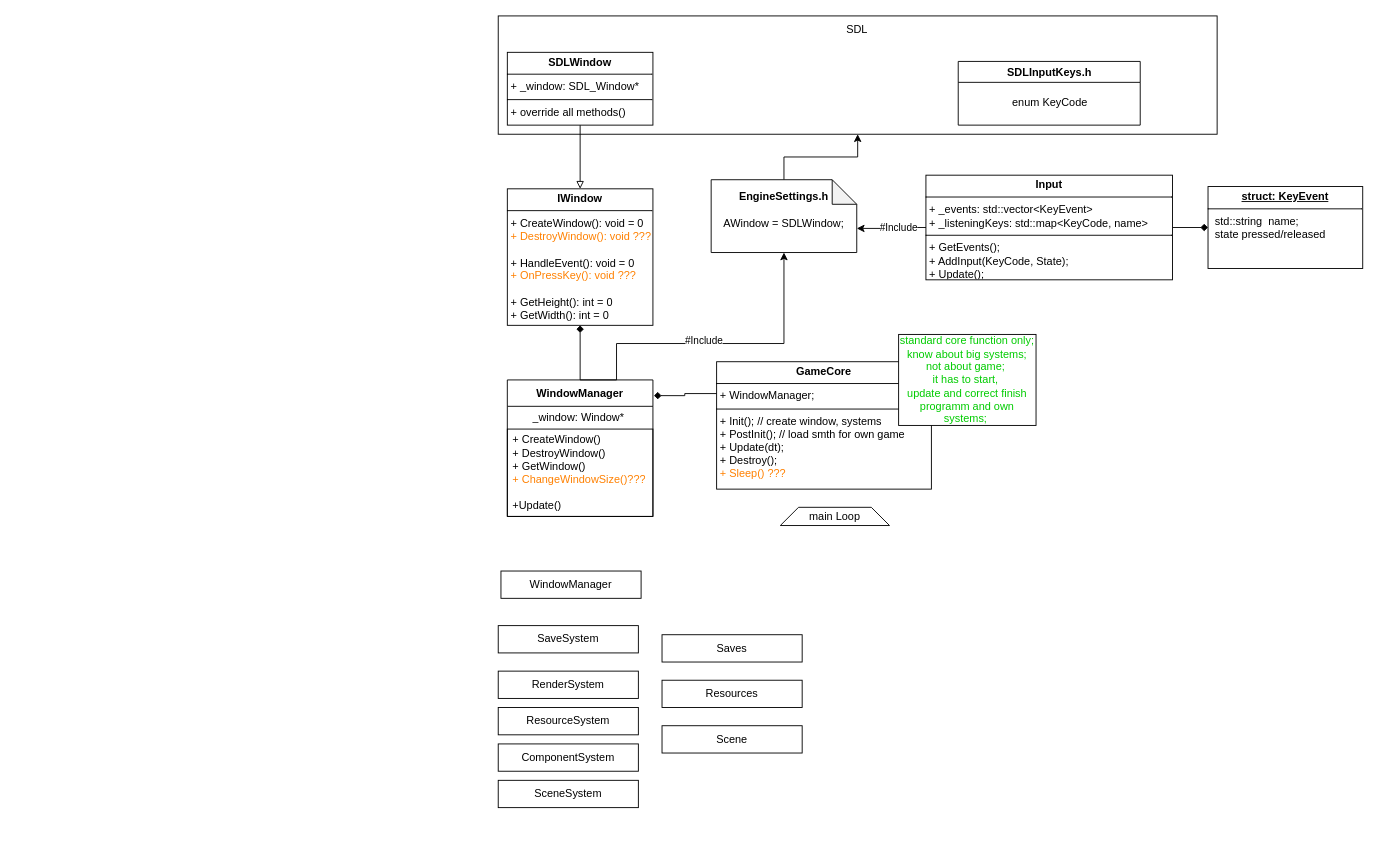
Ultrasubmarine/EPet keeps this draw.io diagram as ProjectDiagram.drawio. Above is the earlier version. Source tidied: cells renumbered, new cells numbered last; positions are measured from the earlier drawing's top-left corner, leaving out a move shared by most shapes. Both pictures are drawn from the tidied source at 91%, with x=0, y=0 at pixel (498, 15).
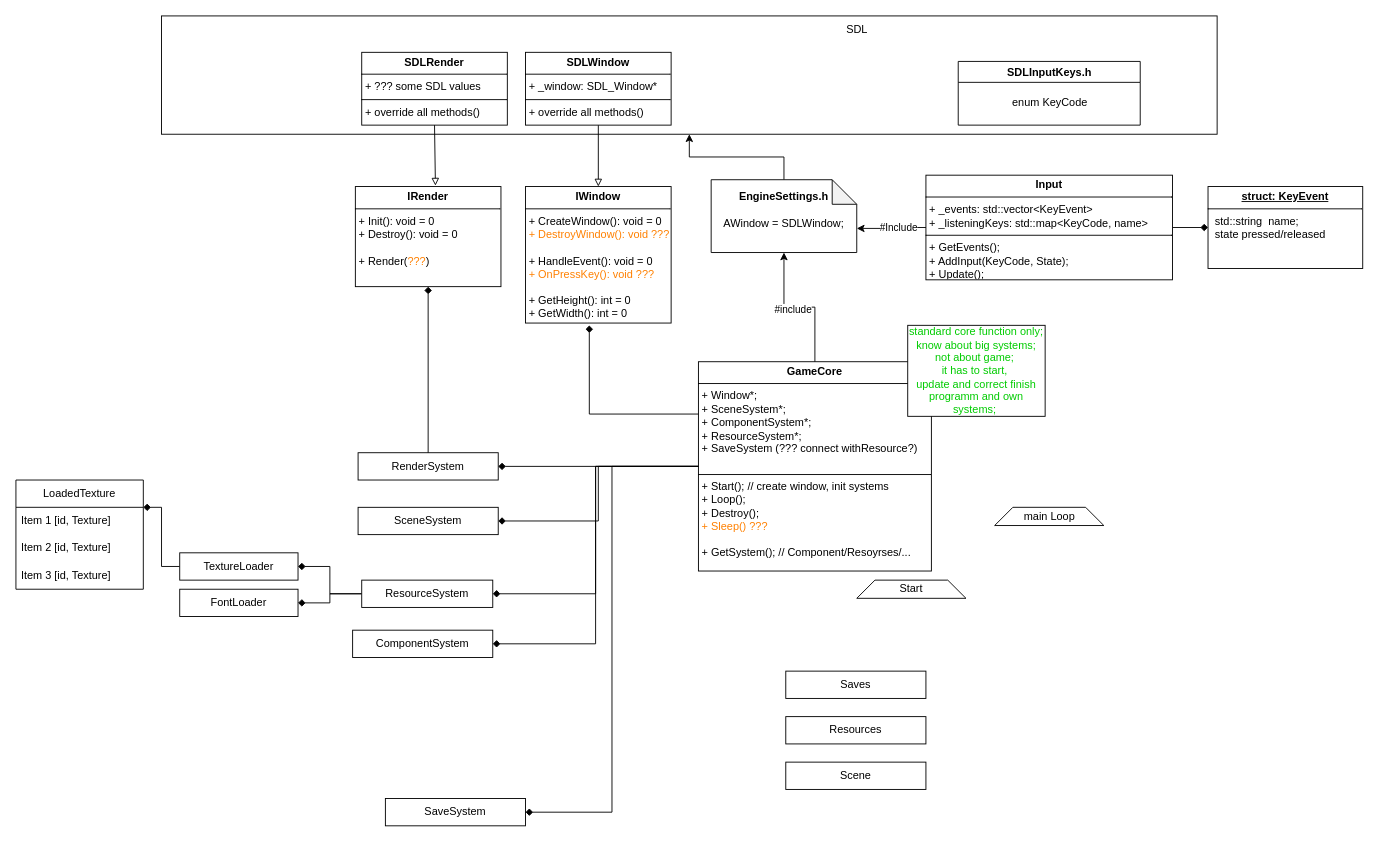
The same page after the edit.

The change refers to these unchanged cells:
```xml
<mxCell id="11" value="&lt;b&gt;EngineSettings.h&lt;/b&gt;&lt;div&gt;&lt;b&gt;&lt;br&gt;&lt;/b&gt;&lt;/div&gt;&lt;div&gt;AWindow = SDLWindow;&lt;/div&gt;&lt;div&gt;&lt;b&gt;&lt;br&gt;&lt;/b&gt;&lt;/div&gt;" style="shape=note;whiteSpace=wrap;html=1;backgroundOutline=1;darkOpacity=0.05;align=center;size=27;" parent="1" vertex="1">
  <mxGeometry x="234" y="180" width="160" height="80" as="geometry" />
</mxCell>
```

What changed in the source:
```diff
@@
     <mxCell id="2" style="rounded=0;whiteSpace=wrap;html=1;" parent="1" vertex="1">
-      <mxGeometry width="790" height="130" as="geometry" />
+      <mxGeometry x="-370" width="1160" height="130" as="geometry" />
     </mxCell>
     <mxCell id="3" value="&lt;p style=&quot;margin:0px;margin-top:4px;text-align:center;&quot;&gt;&lt;b&gt;IWindow&lt;/b&gt;&lt;/p&gt;&lt;hr size=&quot;1&quot; style=&quot;border-style:solid;&quot;&gt;&lt;p style=&quot;margin:0px;margin-left:4px;&quot;&gt;+ CreateWindow(): void = 0&lt;/p&gt;&lt;p style=&quot;margin:0px;margin-left:4px;&quot;&gt;&lt;font color=&quot;#ff8000&quot;&gt;+ DestroyWindow(): void ???&lt;/font&gt;&lt;/p&gt;&lt;p style=&quot;margin:0px;margin-left:4px;&quot;&gt;&lt;font color=&quot;#ff8000&quot;&gt;&lt;br&gt;&lt;/font&gt;&lt;/p&gt;&lt;p style=&quot;margin:0px;margin-left:4px;&quot;&gt;+ HandleEvent(): void = 0&lt;/p&gt;&lt;p style=&quot;margin:0px;margin-left:4px;&quot;&gt;&lt;font color=&quot;#ff8000&quot;&gt;+ OnPressKey(): void ???&lt;/font&gt;&lt;/p&gt;&lt;p style=&quot;margin:0px;margin-left:4px;&quot;&gt;&amp;nbsp;&lt;/p&gt;&lt;p style=&quot;margin:0px;margin-left:4px;&quot;&gt;+ GetHeight(): int = 0&lt;/p&gt;&lt;p style=&quot;margin:0px;margin-left:4px;&quot;&gt;+ GetWidth(): int = 0&lt;/p&gt;" style="verticalAlign=top;align=left;overflow=fill;html=1;whiteSpace=wrap;" parent="1" vertex="1">
-      <mxGeometry x="10" y="190" width="160" height="150" as="geometry" />
+      <mxGeometry x="30" y="187.5" width="160" height="150" as="geometry" />
     </mxCell>
@@
     <mxCell id="5" value="&lt;p style=&quot;margin:0px;margin-top:4px;text-align:center;&quot;&gt;&lt;b&gt;SDLWindow&lt;/b&gt;&lt;/p&gt;&lt;hr size=&quot;1&quot; style=&quot;border-style:solid;&quot;&gt;&lt;p style=&quot;margin:0px;margin-left:4px;&quot;&gt;+ _window: SDL_Window*&lt;/p&gt;&lt;hr size=&quot;1&quot; style=&quot;border-style:solid;&quot;&gt;&lt;p style=&quot;margin:0px;margin-left:4px;&quot;&gt;+ override all methods()&lt;/p&gt;" style="verticalAlign=top;align=left;overflow=fill;html=1;whiteSpace=wrap;" parent="1" vertex="1">
-      <mxGeometry x="10" y="40" width="160" height="80" as="geometry" />
+      <mxGeometry x="30" y="40" width="160" height="80" as="geometry" />
     </mxCell>
+    <mxCell id="35" style="edgeStyle=orthogonalEdgeStyle;rounded=0;jettySize=auto;html=1;exitX=0;exitY=0.5;exitDx=0;exitDy=0;entryX=1;entryY=0.5;entryDx=0;entryDy=0;endArrow=diamond;endFill=1;" parent="1" edge="1" source="6" target="27">
+      <mxGeometry relative="1" as="geometry" />
+    </mxCell>
+    <mxCell id="36" style="edgeStyle=orthogonalEdgeStyle;rounded=0;jettySize=auto;html=1;exitX=0;exitY=0.5;exitDx=0;exitDy=0;entryX=1;entryY=0.5;entryDx=0;entryDy=0;endArrow=diamond;endFill=1;" parent="1" edge="1" source="6" target="24">
+      <mxGeometry relative="1" as="geometry" />
+    </mxCell>
-    <mxCell id="6" value="&lt;p style=&quot;margin:0px;margin-top:4px;text-align:center;&quot;&gt;&lt;b&gt;GameCore&lt;/b&gt;&lt;/p&gt;&lt;hr size=&quot;1&quot; style=&quot;border-style:solid;&quot;&gt;&lt;p style=&quot;margin:0px;margin-left:4px;&quot;&gt;+ WindowManager;&lt;/p&gt;&lt;hr size=&quot;1&quot; style=&quot;border-style:solid;&quot;&gt;&lt;p style=&quot;margin:0px;margin-left:4px;&quot;&gt;+ Init(); // create window, systems&lt;/p&gt;&lt;p style=&quot;margin:0px;margin-left:4px;&quot;&gt;+ PostInit(); // load smth for own game&lt;/p&gt;&lt;p style=&quot;margin:0px;margin-left:4px;&quot;&gt;+ Update(dt);&lt;/p&gt;&lt;p style=&quot;margin:0px;margin-left:4px;&quot;&gt;+ Destroy();&lt;/p&gt;&lt;p style=&quot;margin:0px;margin-left:4px;&quot;&gt;&lt;font color=&quot;#ff8000&quot;&gt;+ Sleep() ???&lt;/font&gt;&lt;/p&gt;" style="verticalAlign=top;align=left;overflow=fill;html=1;whiteSpace=wrap;" parent="1" vertex="1">
-      <mxGeometry x="240" y="380" width="236" height="140" as="geometry" />
+    <mxCell id="6" value="&lt;p style=&quot;margin:0px;margin-top:4px;text-align:center;&quot;&gt;&lt;b&gt;GameCore&lt;/b&gt;&lt;/p&gt;&lt;hr size=&quot;1&quot; style=&quot;border-style:solid;&quot;&gt;&lt;p style=&quot;margin:0px;margin-left:4px;&quot;&gt;+ Window*;&lt;/p&gt;&lt;p style=&quot;margin:0px;margin-left:4px;&quot;&gt;+ SceneSystem*;&lt;/p&gt;&lt;p style=&quot;margin:0px;margin-left:4px;&quot;&gt;+ ComponentSystem*;&lt;/p&gt;&lt;p style=&quot;margin:0px;margin-left:4px;&quot;&gt;+ ResourceSystem*;&lt;/p&gt;&lt;p style=&quot;margin:0px;margin-left:4px;&quot;&gt;+ SaveSystem (??? connect withResource?)&amp;nbsp;&lt;/p&gt;&lt;p style=&quot;margin:0px;margin-left:4px;&quot;&gt;&lt;br&gt;&lt;/p&gt;&lt;hr size=&quot;1&quot; style=&quot;border-style:solid;&quot;&gt;&lt;p style=&quot;margin:0px;margin-left:4px;&quot;&gt;+ Start(); // create window, init systems&lt;/p&gt;&lt;p style=&quot;margin:0px;margin-left:4px;&quot;&gt;+ Loop();&lt;/p&gt;&lt;p style=&quot;margin:0px;margin-left:4px;&quot;&gt;+ Destroy();&lt;/p&gt;&lt;p style=&quot;margin:0px;margin-left:4px;&quot;&gt;&lt;font color=&quot;#ff8000&quot;&gt;+ Sleep() ???&lt;/font&gt;&lt;/p&gt;&lt;p style=&quot;margin:0px;margin-left:4px;&quot;&gt;&lt;font color=&quot;#ff8000&quot;&gt;&lt;br&gt;&lt;/font&gt;&lt;/p&gt;&lt;p style=&quot;margin:0px;margin-left:4px;&quot;&gt;+ GetSystem(); // Component/Resoyrses/...&lt;/p&gt;" style="verticalAlign=top;align=left;overflow=fill;html=1;whiteSpace=wrap;" parent="1" vertex="1">
+      <mxGeometry x="220" y="380" width="256" height="230" as="geometry" />
     </mxCell>
@@
     <mxCell id="17" value="main Loop" style="shape=trapezoid;perimeter=trapezoidPerimeter;whiteSpace=wrap;html=1;fixedSize=1;" parent="1" vertex="1">
-      <mxGeometry x="310" y="540" width="120" height="20" as="geometry" />
+      <mxGeometry x="545.5" y="540" width="120" height="20" as="geometry" />
     </mxCell>
     <mxCell id="18" value="&lt;font color=&quot;#00cc00&quot;&gt;standard core function only;&lt;/font&gt;&lt;div&gt;&lt;font color=&quot;#00cc00&quot;&gt;know about big systems; not about game;&amp;nbsp;&lt;/font&gt;&lt;/div&gt;&lt;div&gt;&lt;font color=&quot;#00cc00&quot;&gt;it has to start,&amp;nbsp;&lt;/font&gt;&lt;/div&gt;&lt;div&gt;&lt;font color=&quot;#00cc00&quot;&gt;update and correct finish programm and own systems;&amp;nbsp;&lt;/font&gt;&lt;/div&gt;" style="rounded=0;whiteSpace=wrap;html=1;" parent="1" vertex="1">
-      <mxGeometry x="440" y="350" width="151" height="100" as="geometry" />
+      <mxGeometry x="450" y="340" width="151" height="100" as="geometry" />
     </mxCell>
-    <mxCell id="19" value="WindowManager" style="rounded=0;whiteSpace=wrap;html=1;" parent="1" vertex="1">
-      <mxGeometry x="3" y="610" width="154" height="30" as="geometry" />
-    </mxCell>
     <mxCell id="20" value="Scene" style="rounded=0;whiteSpace=wrap;html=1;" parent="1" vertex="1">
-      <mxGeometry x="180" y="780" width="154" height="30" as="geometry" />
+      <mxGeometry x="316" y="820" width="154" height="30" as="geometry" />
     </mxCell>
     <mxCell id="21" value="Resources" style="rounded=0;whiteSpace=wrap;html=1;" parent="1" vertex="1">
-      <mxGeometry x="180" y="730" width="154" height="30" as="geometry" />
+      <mxGeometry x="316" y="770" width="154" height="30" as="geometry" />
     </mxCell>
     <mxCell id="22" value="Saves" style="rounded=0;whiteSpace=wrap;html=1;" parent="1" vertex="1">
-      <mxGeometry x="180" y="680" width="154" height="30" as="geometry" />
+      <mxGeometry x="316" y="720" width="154" height="30" as="geometry" />
     </mxCell>
     <mxCell id="23" value="ComponentSystem" style="rounded=0;whiteSpace=wrap;html=1;" parent="1" vertex="1">
-      <mxGeometry y="800" width="154" height="30" as="geometry" />
+      <mxGeometry x="-160" y="675" width="154" height="30" as="geometry" />
     </mxCell>
     <mxCell id="24" value="SceneSystem" style="rounded=0;whiteSpace=wrap;html=1;" parent="1" vertex="1">
-      <mxGeometry y="840" width="154" height="30" as="geometry" />
+      <mxGeometry x="-154" y="540" width="154" height="30" as="geometry" />
     </mxCell>
+    <mxCell id="37" style="edgeStyle=orthogonalEdgeStyle;rounded=0;jettySize=auto;html=1;exitX=0;exitY=0.5;exitDx=0;exitDy=0;entryX=1;entryY=0.5;entryDx=0;entryDy=0;endArrow=diamond;endFill=1;" parent="1" edge="1" source="25" target="51">
+      <mxGeometry relative="1" as="geometry" />
+    </mxCell>
+    <mxCell id="38" style="edgeStyle=orthogonalEdgeStyle;rounded=0;jettySize=auto;html=1;exitX=0;exitY=0.5;exitDx=0;exitDy=0;entryX=1;entryY=0.5;entryDx=0;entryDy=0;endArrow=diamond;endFill=1;" parent="1" edge="1" source="25" target="52">
+      <mxGeometry relative="1" as="geometry" />
+    </mxCell>
     <mxCell id="25" value="ResourceSystem" style="rounded=0;whiteSpace=wrap;html=1;" parent="1" vertex="1">
-      <mxGeometry y="760" width="154" height="30" as="geometry" />
+      <mxGeometry x="-150" y="620" width="144" height="30" as="geometry" />
     </mxCell>
     <mxCell id="26" value="RenderSystem" style="rounded=0;whiteSpace=wrap;html=1;" parent="1" vertex="1">
-      <mxGeometry y="720" width="154" height="30" as="geometry" />
+      <mxGeometry x="-154" y="480" width="154" height="30" as="geometry" />
     </mxCell>
     <mxCell id="27" value="SaveSystem" style="rounded=0;whiteSpace=wrap;html=1;" parent="1" vertex="1">
-      <mxGeometry y="670" width="154" height="30" as="geometry" />
+      <mxGeometry x="-124" y="860" width="154" height="30" as="geometry" />
     </mxCell>
-    <mxCell id="28" style="edgeStyle=orthogonalEdgeStyle;rounded=0;jettySize=auto;html=1;entryX=0.5;entryY=1;entryDx=0;entryDy=0;endArrow=diamond;endFill=1;" parent="1" edge="1" source="29" target="3">
-      <mxGeometry relative="1" as="geometry" />
-    </mxCell>
-    <mxCell id="29" value="WindowManager" style="swimlane;fontStyle=1;align=center;verticalAlign=middle;horizontal=1;startSize=29;html=1;whiteSpace=wrap;" parent="1" vertex="1">
-      <mxGeometry x="10" y="400" width="160" height="150" as="geometry" />
-    </mxCell>
-    <mxCell id="30" value="_window: Window*&amp;nbsp;" style="text;html=1;strokeColor=none;fillColor=none;align=center;verticalAlign=middle;spacingLeft=4;spacingRight=4;overflow=hidden;whiteSpace=wrap;" parent="29" vertex="1">
-      <mxGeometry y="29" width="160" height="25" as="geometry" />
-    </mxCell>
-    <mxCell id="31" value="+ CreateWindow()&lt;div&gt;+ DestroyWindow()&lt;/div&gt;&lt;div&gt;+ GetWindow()&lt;/div&gt;&lt;div&gt;&lt;font color=&quot;#ff8000&quot;&gt;+ ChangeWindowSize()???&lt;/font&gt;&lt;/div&gt;&lt;div&gt;&lt;font color=&quot;#ff8000&quot;&gt;&lt;br&gt;&lt;/font&gt;&lt;/div&gt;&lt;div&gt;+Update()&lt;/div&gt;" style="text;html=1;strokeColor=default;fillColor=none;align=left;verticalAlign=middle;spacingLeft=4;spacingRight=4;overflow=hidden;whiteSpace=wrap;" parent="29" vertex="1">
-      <mxGeometry y="54" width="160" height="96" as="geometry" />
-    </mxCell>
-    <mxCell id="32" style="edgeStyle=orthogonalEdgeStyle;rounded=0;jettySize=auto;html=1;exitX=0;exitY=0.25;exitDx=0;exitDy=0;entryX=1.007;entryY=0.115;entryDx=0;entryDy=0;entryPerimeter=0;endArrow=diamond;endFill=1;" parent="1" edge="1" source="6" target="29">
-      <mxGeometry relative="1" as="geometry" />
-    </mxCell>
-    <mxCell id="33" style="edgeStyle=orthogonalEdgeStyle;rounded=0;jettySize=auto;html=1;exitX=0.5;exitY=0;exitDx=0;exitDy=0;entryX=0.5;entryY=1;entryDx=0;entryDy=0;entryPerimeter=0;" parent="1" edge="1" source="29" target="11">
-      <mxGeometry relative="1" as="geometry">
-        <Array as="points">
-          <mxPoint x="130" y="400" />
-          <mxPoint x="130" y="360" />
-          <mxPoint x="314" y="360" />
-        </Array>
-      </mxGeometry>
-    </mxCell>
-    <mxCell id="34" value="#Include" style="edgeLabel;html=1;align=center;verticalAlign=middle;" parent="33" vertex="1">
-      <mxGeometry x="-0.04" y="4" relative="1" as="geometry" />
-    </mxCell>
+    <mxCell id="39" style="edgeStyle=orthogonalEdgeStyle;rounded=0;jettySize=auto;html=1;exitX=0.5;exitY=0;exitDx=0;exitDy=0;entryX=0.5;entryY=1;entryDx=0;entryDy=0;entryPerimeter=0;" parent="1" edge="1" source="6" target="11">
+      <mxGeometry relative="1" as="geometry" />
+    </mxCell>
+    <mxCell id="40" value="#include" style="edgeLabel;html=1;align=center;verticalAlign=middle;" parent="39" vertex="1">
+      <mxGeometry x="0.11" y="2" relative="1" as="geometry" />
+    </mxCell>
+    <mxCell id="41" value="Start" style="shape=trapezoid;perimeter=trapezoidPerimeter;whiteSpace=wrap;html=1;fixedSize=1;" parent="1" vertex="1">
+      <mxGeometry x="394" y="620" width="120" height="20" as="geometry" />
+    </mxCell>
+    <mxCell id="42" style="edgeStyle=orthogonalEdgeStyle;rounded=0;jettySize=auto;html=1;exitX=0;exitY=0.5;exitDx=0;exitDy=0;entryX=1;entryY=0.5;entryDx=0;entryDy=0;endArrow=diamond;endFill=1;" parent="1" edge="1" source="6" target="26">
+      <mxGeometry relative="1" as="geometry" />
+    </mxCell>
+    <mxCell id="43" style="edgeStyle=orthogonalEdgeStyle;rounded=0;jettySize=auto;html=1;exitX=0;exitY=0.5;exitDx=0;exitDy=0;entryX=1;entryY=0.5;entryDx=0;entryDy=0;endArrow=diamond;endFill=1;" parent="1" edge="1" source="6" target="25">
+      <mxGeometry relative="1" as="geometry" />
+    </mxCell>
+    <mxCell id="44" style="edgeStyle=orthogonalEdgeStyle;rounded=0;jettySize=auto;html=1;exitX=0;exitY=0.5;exitDx=0;exitDy=0;entryX=1;entryY=0.5;entryDx=0;entryDy=0;endArrow=diamond;endFill=1;" parent="1" edge="1" source="6" target="23">
+      <mxGeometry relative="1" as="geometry" />
+    </mxCell>
+    <mxCell id="45" style="edgeStyle=orthogonalEdgeStyle;rounded=0;jettySize=auto;html=1;exitX=0.5;exitY=0;exitDx=0;exitDy=0;entryX=0.5;entryY=1;entryDx=0;entryDy=0;endArrow=diamond;endFill=1;" parent="1" edge="1" source="26" target="46">
+      <mxGeometry relative="1" as="geometry" />
+    </mxCell>
+    <mxCell id="46" value="&lt;p style=&quot;margin:0px;margin-top:4px;text-align:center;&quot;&gt;&lt;b&gt;IRender&lt;/b&gt;&lt;/p&gt;&lt;hr size=&quot;1&quot; style=&quot;border-style:solid;&quot;&gt;&lt;p style=&quot;margin:0px;margin-left:4px;&quot;&gt;+ Init(): void = 0&lt;/p&gt;&lt;p style=&quot;margin:0px;margin-left:4px;&quot;&gt;+ Destroy(): void = 0&lt;/p&gt;&lt;p style=&quot;margin:0px;margin-left:4px;&quot;&gt;&lt;font color=&quot;#ff8000&quot;&gt;&lt;br&gt;&lt;/font&gt;&lt;/p&gt;&lt;p style=&quot;margin:0px;margin-left:4px;&quot;&gt;+ Render(&lt;font color=&quot;#ff8000&quot;&gt;???&lt;/font&gt;)&lt;/p&gt;&lt;p style=&quot;margin:0px;margin-left:4px;&quot;&gt;&amp;nbsp;&lt;/p&gt;" style="verticalAlign=top;align=left;overflow=fill;html=1;whiteSpace=wrap;" parent="1" vertex="1">
+      <mxGeometry x="-157" y="187.5" width="160" height="110" as="geometry" />
+    </mxCell>
+    <mxCell id="47" value="&lt;p style=&quot;margin:0px;margin-top:4px;text-align:center;&quot;&gt;&lt;b&gt;SDLRender&lt;/b&gt;&lt;/p&gt;&lt;hr size=&quot;1&quot; style=&quot;border-style:solid;&quot;&gt;&lt;p style=&quot;margin:0px;margin-left:4px;&quot;&gt;+ ??? some SDL values&lt;/p&gt;&lt;hr size=&quot;1&quot; style=&quot;border-style:solid;&quot;&gt;&lt;p style=&quot;margin:0px;margin-left:4px;&quot;&gt;+ override all methods()&lt;/p&gt;" style="verticalAlign=top;align=left;overflow=fill;html=1;whiteSpace=wrap;" parent="1" vertex="1">
+      <mxGeometry x="-150" y="40" width="160" height="80" as="geometry" />
+    </mxCell>
+    <mxCell id="48" style="rounded=0;jettySize=auto;html=1;exitX=0.5;exitY=1;exitDx=0;exitDy=0;entryX=0.55;entryY=-0.009;entryDx=0;entryDy=0;entryPerimeter=0;endArrow=block;endFill=0;" parent="1" edge="1" source="47" target="46">
+      <mxGeometry relative="1" as="geometry" />
+    </mxCell>
+    <mxCell id="49" style="edgeStyle=orthogonalEdgeStyle;rounded=0;jettySize=auto;html=1;exitX=0;exitY=0.25;exitDx=0;exitDy=0;entryX=0.438;entryY=1.017;entryDx=0;entryDy=0;entryPerimeter=0;endArrow=diamond;endFill=1;" parent="1" edge="1" source="6" target="3">
+      <mxGeometry relative="1" as="geometry" />
+    </mxCell>
+    <mxCell id="50" style="edgeStyle=orthogonalEdgeStyle;rounded=0;jettySize=auto;html=1;exitX=0;exitY=0.5;exitDx=0;exitDy=0;entryX=1;entryY=0.25;entryDx=0;entryDy=0;endArrow=diamond;endFill=1;" parent="1" edge="1" source="51" target="53">
+      <mxGeometry relative="1" as="geometry" />
+    </mxCell>
+    <mxCell id="51" value="TextureLoader" style="rounded=0;whiteSpace=wrap;html=1;" parent="1" vertex="1">
+      <mxGeometry x="-350" y="590" width="130" height="30" as="geometry" />
+    </mxCell>
+    <mxCell id="52" value="FontLoader" style="rounded=0;whiteSpace=wrap;html=1;" parent="1" vertex="1">
+      <mxGeometry x="-350" y="630" width="130" height="30" as="geometry" />
+    </mxCell>
+    <mxCell id="53" value="LoadedTexture" style="swimlane;fontStyle=0;horizontal=1;startSize=30;whiteSpace=wrap;html=1;" parent="1" vertex="1">
+      <mxGeometry x="-530" y="510" width="140" height="120" as="geometry" />
+    </mxCell>
+    <mxCell id="54" value="Item 1 [id, Texture]" style="text;strokeColor=none;fillColor=none;align=left;verticalAlign=middle;spacingLeft=4;spacingRight=4;overflow=hidden;whiteSpace=wrap;html=1;" parent="53" vertex="1">
+      <mxGeometry y="30" width="140" height="30" as="geometry" />
+    </mxCell>
+    <mxCell id="55" value="Item 2 [id, Texture]" style="text;strokeColor=none;fillColor=none;align=left;verticalAlign=middle;spacingLeft=4;spacingRight=4;overflow=hidden;whiteSpace=wrap;html=1;" parent="53" vertex="1">
+      <mxGeometry y="60" width="140" height="30" as="geometry" />
+    </mxCell>
+    <mxCell id="56" value="Item 3 [id, Texture]" style="text;strokeColor=none;fillColor=none;align=left;verticalAlign=middle;spacingLeft=4;spacingRight=4;overflow=hidden;whiteSpace=wrap;html=1;" parent="53" vertex="1">
+      <mxGeometry y="90" width="140" height="30" as="geometry" />
+    </mxCell>
```
